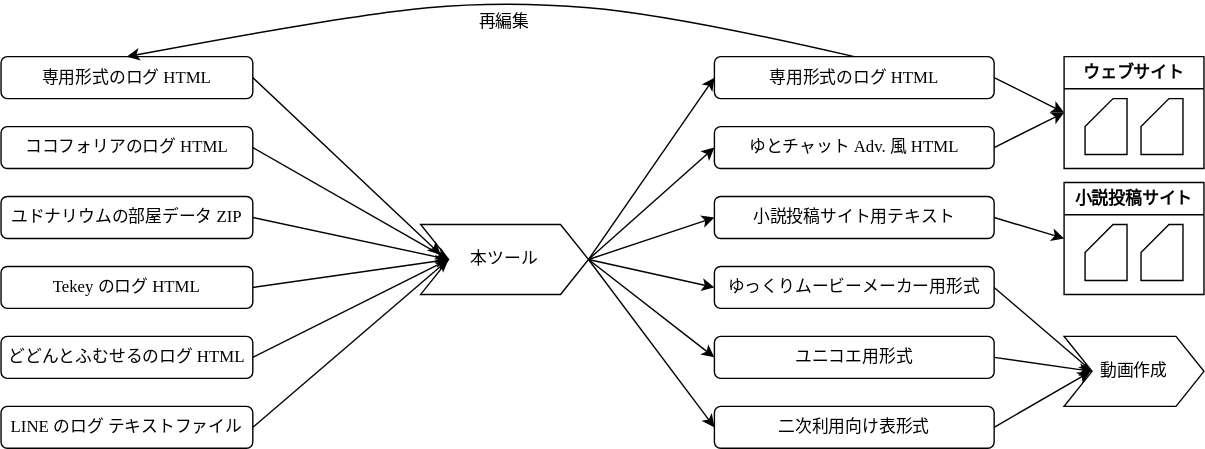
Above: jquery/io/github/shunshun94/trpg/logEditor/resources/image/in-and-out.drawio.svg in Shunshun94/shared (draw.io), before the change. Source tidied: cells renumbered, new cells last; positions are measured from the earlier drawing's top-left corner, leaving out a move shared by most shapes. The source it was exported from:
```xml
<mxGraphModel>
  <root>
    <mxCell id="0" />
    <mxCell id="1" parent="0" />
    <mxCell id="2" style="edgeStyle=none;html=1;exitX=1;exitY=0.5;exitDx=0;exitDy=0;entryX=0;entryY=0.5;entryDx=0;entryDy=0;fontFamily=BIZ UDゴシック;" parent="1" edge="1" source="8" target="22">
      <mxGeometry relative="1" as="geometry" />
    </mxCell>
    <mxCell id="3" style="edgeStyle=none;html=1;exitX=1;exitY=0.5;exitDx=0;exitDy=0;entryX=0;entryY=0.5;entryDx=0;entryDy=0;fontFamily=BIZ UDゴシック;" parent="1" edge="1" source="8" target="26">
      <mxGeometry relative="1" as="geometry" />
    </mxCell>
    <mxCell id="4" style="edgeStyle=none;html=1;exitX=1;exitY=0.5;exitDx=0;exitDy=0;entryX=0;entryY=0.5;entryDx=0;entryDy=0;fontFamily=BIZ UDゴシック;" parent="1" edge="1" source="8" target="30">
      <mxGeometry relative="1" as="geometry" />
    </mxCell>
    <mxCell id="5" style="edgeStyle=none;html=1;exitX=1;exitY=0.5;exitDx=0;exitDy=0;entryX=0;entryY=0.5;entryDx=0;entryDy=0;fontFamily=BIZ UDゴシック;" parent="1" edge="1" source="8" target="28">
      <mxGeometry relative="1" as="geometry" />
    </mxCell>
    <mxCell id="6" style="edgeStyle=none;html=1;exitX=1;exitY=0.5;exitDx=0;exitDy=0;entryX=0;entryY=0.5;entryDx=0;entryDy=0;fontFamily=BIZ UDゴシック;" parent="1" edge="1" source="8" target="32">
      <mxGeometry relative="1" as="geometry" />
    </mxCell>
    <mxCell id="7" style="edgeStyle=none;html=1;exitX=1;exitY=0.5;exitDx=0;exitDy=0;entryX=0;entryY=0.5;entryDx=0;entryDy=0;fontFamily=BIZ UDゴシック;" parent="1" edge="1" source="8" target="34">
      <mxGeometry relative="1" as="geometry" />
    </mxCell>
    <mxCell id="8" value="本ツール" style="shape=step;perimeter=stepPerimeter;whiteSpace=wrap;html=1;fixedSize=1;fontFamily=BIZ UDゴシック;" parent="1" vertex="1">
      <mxGeometry x="300" y="160" width="120" height="50" as="geometry" />
    </mxCell>
    <mxCell id="9" style="edgeStyle=none;html=1;exitX=1;exitY=0.5;exitDx=0;exitDy=0;fontFamily=BIZ UDゴシック;entryX=0;entryY=0.5;entryDx=0;entryDy=0;" parent="1" edge="1" source="15" target="8">
      <mxGeometry relative="1" as="geometry" />
    </mxCell>
    <mxCell id="10" style="edgeStyle=none;html=1;exitX=1;exitY=0.5;exitDx=0;exitDy=0;entryX=0;entryY=0.5;entryDx=0;entryDy=0;fontFamily=BIZ UDゴシック;" parent="1" edge="1" source="16" target="8">
      <mxGeometry relative="1" as="geometry" />
    </mxCell>
    <mxCell id="11" style="edgeStyle=none;html=1;exitX=1;exitY=0.5;exitDx=0;exitDy=0;fontFamily=BIZ UDゴシック;entryX=0;entryY=0.5;entryDx=0;entryDy=0;" parent="1" edge="1" source="17" target="8">
      <mxGeometry relative="1" as="geometry" />
    </mxCell>
    <mxCell id="12" style="edgeStyle=none;html=1;exitX=1;exitY=0.5;exitDx=0;exitDy=0;fontFamily=BIZ UDゴシック;entryX=0;entryY=0.5;entryDx=0;entryDy=0;" parent="1" edge="1" source="18" target="8">
      <mxGeometry relative="1" as="geometry" />
    </mxCell>
    <mxCell id="13" style="edgeStyle=none;html=1;exitX=1;exitY=0.5;exitDx=0;exitDy=0;entryX=0;entryY=0.5;entryDx=0;entryDy=0;fontFamily=BIZ UDゴシック;" parent="1" edge="1" source="19" target="8">
      <mxGeometry relative="1" as="geometry" />
    </mxCell>
    <mxCell id="14" style="edgeStyle=none;html=1;exitX=1;exitY=0.5;exitDx=0;exitDy=0;fontFamily=BIZ UDゴシック;entryX=0.119;entryY=0.43;entryDx=0;entryDy=0;entryPerimeter=0;" parent="1" edge="1" source="20" target="8">
      <mxGeometry relative="1" as="geometry" />
    </mxCell>
    <mxCell id="15" value="ココフォリアのログ HTML" style="rounded=1;whiteSpace=wrap;html=1;fontFamily=BIZ UDゴシック;" parent="1" vertex="1">
      <mxGeometry y="90" width="180" height="30" as="geometry" />
    </mxCell>
    <mxCell id="16" value="ユドナリウムの部屋データ ZIP" style="rounded=1;whiteSpace=wrap;html=1;fontFamily=BIZ UDゴシック;" parent="1" vertex="1">
      <mxGeometry y="140" width="180" height="30" as="geometry" />
    </mxCell>
    <mxCell id="17" value="Tekey のログ HTML" style="rounded=1;whiteSpace=wrap;html=1;fontFamily=BIZ UDゴシック;" parent="1" vertex="1">
      <mxGeometry y="190" width="180" height="30" as="geometry" />
    </mxCell>
    <mxCell id="18" value="どどんとふむせるのログ HTML" style="rounded=1;whiteSpace=wrap;html=1;fontFamily=BIZ UDゴシック;" parent="1" vertex="1">
      <mxGeometry y="240" width="180" height="30" as="geometry" />
    </mxCell>
    <mxCell id="19" value="LINE のログ テキストファイル" style="rounded=1;whiteSpace=wrap;html=1;fontFamily=BIZ UDゴシック;" parent="1" vertex="1">
      <mxGeometry y="290" width="180" height="30" as="geometry" />
    </mxCell>
    <mxCell id="20" value="専用形式のログ HTML" style="rounded=1;whiteSpace=wrap;html=1;fontFamily=BIZ UDゴシック;" parent="1" vertex="1">
      <mxGeometry y="40" width="180" height="30" as="geometry" />
    </mxCell>
    <mxCell id="21" style="edgeStyle=none;html=1;exitX=1;exitY=0.5;exitDx=0;exitDy=0;fontFamily=BIZ UDゴシック;entryX=0;entryY=0.5;entryDx=0;entryDy=0;" parent="1" edge="1" source="22" target="35">
      <mxGeometry relative="1" as="geometry" />
    </mxCell>
    <mxCell id="22" value="専用形式のログ HTML" style="rounded=1;whiteSpace=wrap;html=1;fontFamily=BIZ UDゴシック;" parent="1" vertex="1">
      <mxGeometry x="510" y="40" width="200" height="30" as="geometry" />
    </mxCell>
    <mxCell id="23" style="curved=1;endArrow=classic;html=1;fontFamily=BIZ UDゴシック;exitX=0.5;exitY=0;exitDx=0;exitDy=0;entryX=0.5;entryY=0;entryDx=0;entryDy=0;" parent="1" edge="1" source="22" target="20">
      <mxGeometry relative="1" as="geometry">
        <Array as="points">
          <mxPoint x="480" y="10" />
          <mxPoint x="360" />
          <mxPoint x="250" y="10" />
        </Array>
      </mxGeometry>
    </mxCell>
    <mxCell id="24" value="再編集" style="text;html=1;strokeColor=none;fillColor=none;align=center;verticalAlign=middle;whiteSpace=wrap;rounded=0;fontFamily=BIZ UDゴシック;" parent="1" vertex="1">
      <mxGeometry x="330" width="60" height="30" as="geometry" />
    </mxCell>
    <mxCell id="25" style="edgeStyle=none;html=1;exitX=1;exitY=0.5;exitDx=0;exitDy=0;fontFamily=BIZ UDゴシック;entryX=0;entryY=0.5;entryDx=0;entryDy=0;" parent="1" edge="1" source="26" target="35">
      <mxGeometry relative="1" as="geometry" />
    </mxCell>
    <mxCell id="26" value="ゆとチャット Adv. 風 HTML" style="rounded=1;whiteSpace=wrap;html=1;fontFamily=BIZ UDゴシック;" parent="1" vertex="1">
      <mxGeometry x="510" y="90" width="200" height="30" as="geometry" />
    </mxCell>
    <mxCell id="27" style="edgeStyle=none;html=1;exitX=1;exitY=0.5;exitDx=0;exitDy=0;entryX=0;entryY=0.5;entryDx=0;entryDy=0;fontFamily=BIZ UDゴシック;" parent="1" edge="1" source="28" target="41">
      <mxGeometry relative="1" as="geometry" />
    </mxCell>
    <mxCell id="28" value="ゆっくりムービーメーカー用形式" style="rounded=1;whiteSpace=wrap;html=1;fontFamily=BIZ UDゴシック;" parent="1" vertex="1">
      <mxGeometry x="510" y="190" width="200" height="30" as="geometry" />
    </mxCell>
    <mxCell id="29" style="edgeStyle=none;html=1;exitX=1;exitY=0.5;exitDx=0;exitDy=0;entryX=0;entryY=0.5;entryDx=0;entryDy=0;fontFamily=BIZ UDゴシック;" parent="1" edge="1" source="30" target="38">
      <mxGeometry relative="1" as="geometry" />
    </mxCell>
    <mxCell id="30" value="小説投稿サイト用テキスト" style="rounded=1;whiteSpace=wrap;html=1;fontFamily=BIZ UDゴシック;" parent="1" vertex="1">
      <mxGeometry x="510" y="140" width="200" height="30" as="geometry" />
    </mxCell>
    <mxCell id="31" style="edgeStyle=none;html=1;exitX=1;exitY=0.5;exitDx=0;exitDy=0;fontFamily=BIZ UDゴシック;entryX=0;entryY=0.5;entryDx=0;entryDy=0;" parent="1" edge="1" source="32" target="41">
      <mxGeometry relative="1" as="geometry" />
    </mxCell>
    <mxCell id="32" value="ユニコエ用形式" style="rounded=1;whiteSpace=wrap;html=1;fontFamily=BIZ UDゴシック;" parent="1" vertex="1">
      <mxGeometry x="510" y="240" width="200" height="30" as="geometry" />
    </mxCell>
    <mxCell id="33" style="edgeStyle=none;html=1;exitX=1;exitY=0.5;exitDx=0;exitDy=0;entryX=0.188;entryY=0.504;entryDx=0;entryDy=0;entryPerimeter=0;fontFamily=BIZ UDゴシック;" parent="1" edge="1" source="34" target="41">
      <mxGeometry relative="1" as="geometry" />
    </mxCell>
    <mxCell id="34" value="二次利用向け表形式" style="rounded=1;whiteSpace=wrap;html=1;fontFamily=BIZ UDゴシック;" parent="1" vertex="1">
      <mxGeometry x="510" y="290" width="200" height="30" as="geometry" />
    </mxCell>
    <mxCell id="35" value="ウェブサイト" style="swimlane;whiteSpace=wrap;html=1;fontFamily=BIZ UDゴシック;" parent="1" vertex="1">
      <mxGeometry x="760" y="40" width="100" height="80" as="geometry" />
    </mxCell>
    <mxCell id="36" style="shape=card;whiteSpace=wrap;html=1;fontFamily=BIZ UDゴシック;size=20;" parent="35" vertex="1">
      <mxGeometry x="55" y="30" width="30" height="40" as="geometry" />
    </mxCell>
    <mxCell id="37" style="shape=card;whiteSpace=wrap;html=1;fontFamily=BIZ UDゴシック;size=20;" parent="1" vertex="1">
      <mxGeometry x="775" y="70" width="30" height="40" as="geometry" />
    </mxCell>
    <mxCell id="38" value="小説投稿サイト" style="swimlane;whiteSpace=wrap;html=1;fontFamily=BIZ UDゴシック;" parent="1" vertex="1">
      <mxGeometry x="760" y="130" width="100" height="80" as="geometry" />
    </mxCell>
    <mxCell id="39" style="shape=card;whiteSpace=wrap;html=1;fontFamily=BIZ UDゴシック;size=20;" parent="38" vertex="1">
      <mxGeometry x="55" y="30" width="30" height="40" as="geometry" />
    </mxCell>
    <mxCell id="40" style="shape=card;whiteSpace=wrap;html=1;fontFamily=BIZ UDゴシック;size=20;" parent="38" vertex="1">
      <mxGeometry x="15" y="30" width="30" height="40" as="geometry" />
    </mxCell>
    <mxCell id="41" value="動画作成" style="shape=step;perimeter=stepPerimeter;whiteSpace=wrap;html=1;fixedSize=1;fontFamily=BIZ UDゴシック;" parent="1" vertex="1">
      <mxGeometry x="760" y="240" width="100" height="50" as="geometry" />
    </mxCell>
  </root>
</mxGraphModel>
```
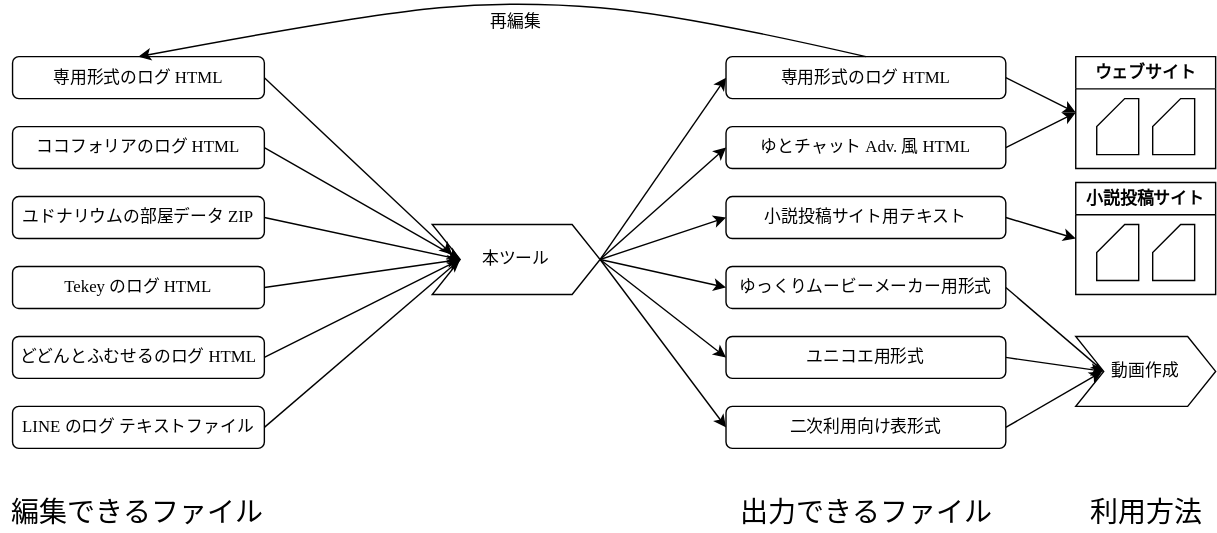
Later version of the same file.

The edit, as a diff of the source:
```diff
@@ -128,5 +128,14 @@
     <mxCell id="41" value="動画作成" style="shape=step;perimeter=stepPerimeter;whiteSpace=wrap;html=1;fixedSize=1;fontFamily=BIZ UDゴシック;" parent="1" vertex="1">
       <mxGeometry x="760" y="240" width="100" height="50" as="geometry" />
     </mxCell>
+    <mxCell id="42" value="編集できるファイル" style="text;html=1;strokeColor=none;fillColor=none;align=center;verticalAlign=middle;whiteSpace=wrap;rounded=0;fontFamily=BIZ UDゴシック;fontSize=20;" parent="1" vertex="1">
+      <mxGeometry x="-7.5" y="350" width="195" height="30" as="geometry" />
+    </mxCell>
+    <mxCell id="43" value="出力できるファイル" style="text;html=1;strokeColor=none;fillColor=none;align=center;verticalAlign=middle;whiteSpace=wrap;rounded=0;fontFamily=BIZ UDゴシック;fontSize=20;" parent="1" vertex="1">
+      <mxGeometry x="512.5" y="350" width="195" height="30" as="geometry" />
+    </mxCell>
+    <mxCell id="44" value="利用方法" style="text;html=1;strokeColor=none;fillColor=none;align=center;verticalAlign=middle;whiteSpace=wrap;rounded=0;fontFamily=BIZ UDゴシック;fontSize=20;" parent="1" vertex="1">
+      <mxGeometry x="767.5" y="350" width="85" height="30" as="geometry" />
+    </mxCell>
   </root>
 </mxGraphModel>
```
